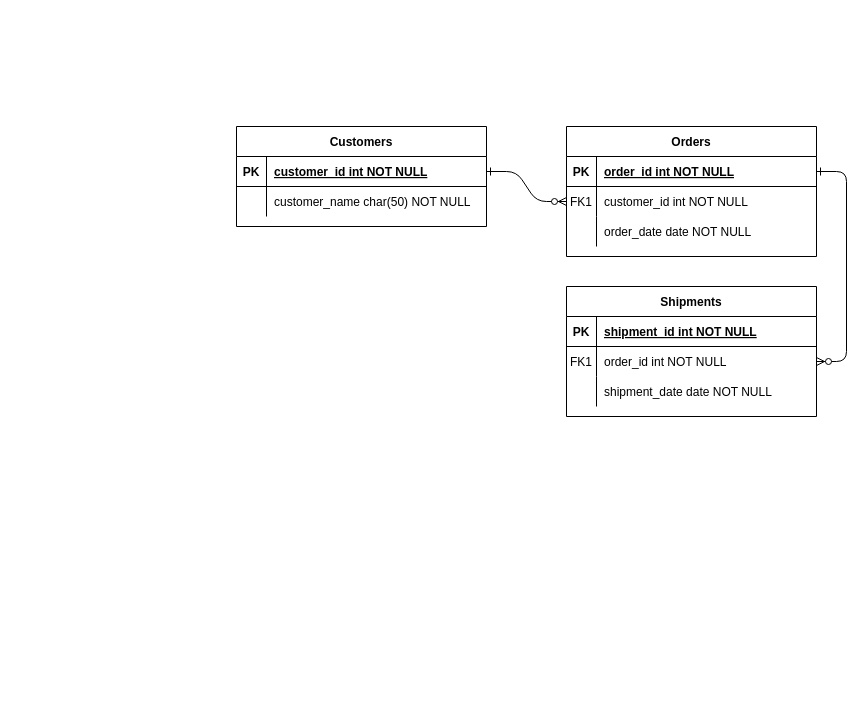
The draw.io diagram Untitled Diagram.drawio in sakams/CoTerminal, before the edit. Source tidied: cells renumbered, new cells numbered last; positions are measured from the earlier drawing's top-left corner, leaving out a move shared by most shapes. Both pictures are drawn from the tidied source at 100%, with x=0, y=0 at pixel (236, 126).
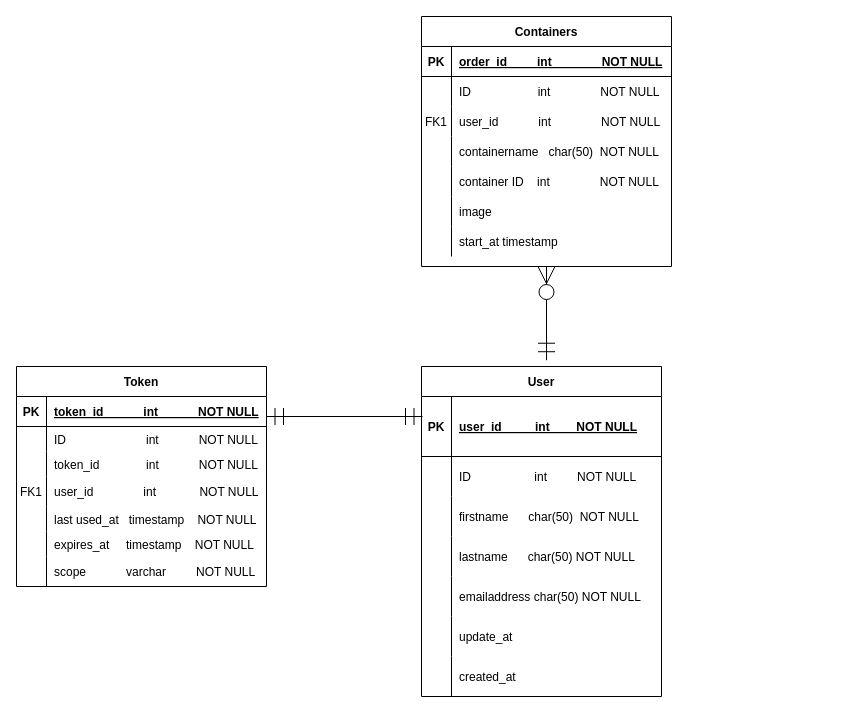
The same diagram, later.

Commit message:
CoTerminal - ER Diagram

Unchanged cells that the change refers to:
```xml
<mxCell id="5" style="shape=partialRectangle;fillColor=none;points=[[0,0.5],[1,0.5]];portConstraint=eastwest;top=0;left=0;right=0;bottom=1;" parent="4" vertex="1">
  <mxGeometry y="30" width="250" height="30" as="geometry" />
</mxCell>
<mxCell id="15" style="shape=partialRectangle;fillColor=none;top=0;left=0;right=0;bottom=1;" parent="14" vertex="1">
  <mxGeometry y="30" width="250" height="30" as="geometry" />
</mxCell>
```

What changed in the source:
```diff
@@
-    <mxCell id="2" style="edgeStyle=entityRelationEdgeStyle;endArrow=ERzeroToMany;startArrow=ERone;endFill=1;startFill=0;" parent="1" edge="1" source="25" target="8">
-      <mxGeometry relative="1" as="geometry" />
-    </mxCell>
-    <mxCell id="3" style="edgeStyle=entityRelationEdgeStyle;endArrow=ERzeroToMany;startArrow=ERone;endFill=1;startFill=0;" parent="1" edge="1" source="5" target="18">
-      <mxGeometry relative="1" as="geometry" />
-    </mxCell>
+    <mxCell id="31" style="fontSize=12;html=1;endArrow=ERzeroToMany;startArrow=ERmandOne;exitX=0.521;exitY=-0.019;exitDx=0;exitDy=0;exitPerimeter=0;entryX=0.5;entryY=1;entryDx=0;entryDy=0;startSize=15;endSize=15;" parent="1" edge="1" source="24" target="4">
+      <mxGeometry relative="1" as="geometry" />
+    </mxCell>
+    <mxCell id="24" value="User" style="shape=table;startSize=30;childLayout=tableLayout;rowLines=0;fontStyle=1;align=center;" parent="1" vertex="1">
+      <mxGeometry x="185" y="240" width="240" height="330" as="geometry" />
+    </mxCell>
+    <mxCell id="25" style="shape=partialRectangle;fillColor=none;points=[[0,0.5],[1,0.5]];portConstraint=eastwest;top=0;left=0;right=0;bottom=1;" parent="24" vertex="1">
+      <mxGeometry y="30" width="240" height="60" as="geometry" />
+    </mxCell>
+    <mxCell id="26" value="PK" style="shape=partialRectangle;overflow=hidden;fillColor=none;top=0;left=0;bottom=0;right=0;fontStyle=1;" parent="25" vertex="1">
+      <mxGeometry width="30" height="60" as="geometry" />
+    </mxCell>
+    <mxCell id="27" value="user_id          int        NOT NULL " style="shape=partialRectangle;overflow=hidden;fillColor=none;top=0;left=0;bottom=0;right=0;align=left;spacingLeft=6;fontStyle=5;" parent="25" vertex="1">
+      <mxGeometry x="30" width="210" height="60" as="geometry" />
+    </mxCell>
+    <mxCell id="32" style="shape=partialRectangle;fillColor=none;top=0;left=0;right=0;bottom=0;" parent="24" vertex="1">
+      <mxGeometry y="90" width="240" height="40" as="geometry" />
+    </mxCell>
+    <mxCell id="33" style="shape=partialRectangle;overflow=hidden;fillColor=none;top=0;left=0;bottom=0;right=0;" parent="32" vertex="1">
+      <mxGeometry width="30" height="40" as="geometry" />
+    </mxCell>
+    <mxCell id="34" value="ID                   int         NOT NULL" style="shape=partialRectangle;overflow=hidden;fillColor=none;top=0;left=0;bottom=0;right=0;align=left;spacingLeft=6;" parent="32" vertex="1">
+      <mxGeometry x="30" width="210" height="40" as="geometry" />
+    </mxCell>
+    <mxCell id="28" style="shape=partialRectangle;fillColor=none;top=0;left=0;right=0;bottom=0;" parent="24" vertex="1">
+      <mxGeometry y="130" width="240" height="40" as="geometry" />
+    </mxCell>
+    <mxCell id="29" style="shape=partialRectangle;overflow=hidden;fillColor=none;top=0;left=0;bottom=0;right=0;" parent="28" vertex="1">
+      <mxGeometry width="30" height="40" as="geometry" />
+    </mxCell>
+    <mxCell id="30" value="firstname      char(50)  NOT NULL" style="shape=partialRectangle;overflow=hidden;fillColor=none;top=0;left=0;bottom=0;right=0;align=left;spacingLeft=6;" parent="28" vertex="1">
+      <mxGeometry x="30" width="210" height="40" as="geometry" />
+    </mxCell>
+    <mxCell id="35" style="shape=partialRectangle;fillColor=none;top=0;left=0;right=0;bottom=0;" parent="24" vertex="1">
+      <mxGeometry y="170" width="240" height="40" as="geometry" />
+    </mxCell>
+    <mxCell id="36" style="shape=partialRectangle;overflow=hidden;fillColor=none;top=0;left=0;bottom=0;right=0;" parent="35" vertex="1">
+      <mxGeometry width="30" height="40" as="geometry" />
+    </mxCell>
+    <mxCell id="37" value="lastname      char(50) NOT NULL" style="shape=partialRectangle;overflow=hidden;fillColor=none;top=0;left=0;bottom=0;right=0;align=left;spacingLeft=6;" parent="35" vertex="1">
+      <mxGeometry x="30" width="210" height="40" as="geometry" />
+    </mxCell>
+    <mxCell id="38" style="shape=partialRectangle;fillColor=none;top=0;left=0;right=0;bottom=0;" parent="24" vertex="1">
+      <mxGeometry y="210" width="240" height="40" as="geometry" />
+    </mxCell>
+    <mxCell id="39" style="shape=partialRectangle;overflow=hidden;fillColor=none;top=0;left=0;bottom=0;right=0;" parent="38" vertex="1">
+      <mxGeometry width="30" height="40" as="geometry" />
+    </mxCell>
+    <mxCell id="40" value="emailaddress char(50) NOT NULL" style="shape=partialRectangle;overflow=hidden;fillColor=none;top=0;left=0;bottom=0;right=0;align=left;spacingLeft=6;" parent="38" vertex="1">
+      <mxGeometry x="30" width="210" height="40" as="geometry" />
+    </mxCell>
+    <mxCell id="41" style="shape=partialRectangle;fillColor=none;top=0;left=0;right=0;bottom=0;" parent="24" vertex="1">
+      <mxGeometry y="250" width="240" height="40" as="geometry" />
+    </mxCell>
+    <mxCell id="42" style="shape=partialRectangle;overflow=hidden;fillColor=none;top=0;left=0;bottom=0;right=0;" parent="41" vertex="1">
+      <mxGeometry width="30" height="40" as="geometry" />
+    </mxCell>
+    <mxCell id="43" value="update_at" style="shape=partialRectangle;overflow=hidden;fillColor=none;top=0;left=0;bottom=0;right=0;align=left;spacingLeft=6;" parent="41" vertex="1">
+      <mxGeometry x="30" width="210" height="40" as="geometry" />
+    </mxCell>
+    <mxCell id="44" style="shape=partialRectangle;fillColor=none;top=0;left=0;right=0;bottom=0;" parent="24" vertex="1">
+      <mxGeometry y="290" width="240" height="40" as="geometry" />
+    </mxCell>
+    <mxCell id="45" style="shape=partialRectangle;overflow=hidden;fillColor=none;top=0;left=0;bottom=0;right=0;" parent="44" vertex="1">
+      <mxGeometry width="30" height="40" as="geometry" />
+    </mxCell>
+    <mxCell id="46" value="created_at" style="shape=partialRectangle;overflow=hidden;fillColor=none;top=0;left=0;bottom=0;right=0;align=left;spacingLeft=6;" parent="44" vertex="1">
+      <mxGeometry x="30" width="210" height="40" as="geometry" />
+    </mxCell>
+    <mxCell id="47" style="fontSize=12;html=1;endArrow=ERmandOne;startArrow=ERmandOne;strokeColor=#000000;startSize=15;endSize=15;" parent="1" edge="1">
+      <mxGeometry relative="1" as="geometry">
+        <mxPoint x="30" y="290" as="sourcePoint" />
+        <mxPoint x="186" y="290" as="targetPoint" />
+      </mxGeometry>
+    </mxCell>
-    <mxCell id="4" value="Orders" style="shape=table;startSize=30;childLayout=tableLayout;rowLines=0;fontStyle=1;align=center;" parent="1" vertex="1">
-      <mxGeometry x="330" width="250" height="130" as="geometry" />
+    <mxCell id="4" value="Containers" style="shape=table;startSize=30;childLayout=tableLayout;rowLines=0;fontStyle=1;align=center;" parent="1" vertex="1">
+      <mxGeometry x="185" y="-110" width="250" height="250" as="geometry" />
     </mxCell>
@@
-    <mxCell id="7" value="order_id int NOT NULL " style="shape=partialRectangle;overflow=hidden;fillColor=none;top=0;left=0;bottom=0;right=0;align=left;spacingLeft=6;fontStyle=5;" parent="5" vertex="1">
+    <mxCell id="7" value="order_id         int               NOT NULL " style="shape=partialRectangle;overflow=hidden;fillColor=none;top=0;left=0;bottom=0;right=0;align=left;spacingLeft=6;fontStyle=5;" parent="5" vertex="1">
       <mxGeometry x="30" width="220" height="30" as="geometry" />
     </mxCell>
+    <mxCell id="48" style="shape=partialRectangle;fillColor=none;top=0;left=0;right=0;bottom=0;" parent="4" vertex="1">
+      <mxGeometry y="60" width="250" height="30" as="geometry" />
+    </mxCell>
+    <mxCell id="49" style="shape=partialRectangle;overflow=hidden;fillColor=none;top=0;left=0;bottom=0;right=0;" parent="48" vertex="1">
+      <mxGeometry width="30" height="30" as="geometry" />
+    </mxCell>
+    <mxCell id="50" value="ID                    int               NOT NULL" style="shape=partialRectangle;overflow=hidden;fillColor=none;top=0;left=0;bottom=0;right=0;align=left;spacingLeft=6;" parent="48" vertex="1">
+      <mxGeometry x="30" width="220" height="30" as="geometry" />
+    </mxCell>
     <mxCell id="8" style="shape=partialRectangle;fillColor=none;points=[[0,0.5],[1,0.5]];portConstraint=eastwest;top=0;left=0;right=0;bottom=0;" parent="4" vertex="1">
-      <mxGeometry y="60" width="250" height="30" as="geometry" />
+      <mxGeometry y="90" width="250" height="30" as="geometry" />
     </mxCell>
@@
-    <mxCell id="10" value="customer_id int NOT NULL" style="shape=partialRectangle;overflow=hidden;fillColor=none;top=0;left=0;bottom=0;right=0;align=left;spacingLeft=6;" parent="8" vertex="1">
+    <mxCell id="10" value="user_id            int               NOT NULL" style="shape=partialRectangle;overflow=hidden;fillColor=none;top=0;left=0;bottom=0;right=0;align=left;spacingLeft=6;" parent="8" vertex="1">
       <mxGeometry x="30" width="220" height="30" as="geometry" />
     </mxCell>
     <mxCell id="11" style="shape=partialRectangle;fillColor=none;top=0;left=0;right=0;bottom=0;" parent="4" vertex="1">
-      <mxGeometry y="90" width="250" height="30" as="geometry" />
+      <mxGeometry y="120" width="250" height="30" as="geometry" />
     </mxCell>
@@
-    <mxCell id="13" value="order_date date NOT NULL" style="shape=partialRectangle;overflow=hidden;fillColor=none;top=0;left=0;bottom=0;right=0;align=left;spacingLeft=6;" parent="11" vertex="1">
+    <mxCell id="13" value="containername   char(50)  NOT NULL" style="shape=partialRectangle;overflow=hidden;fillColor=none;top=0;left=0;bottom=0;right=0;align=left;spacingLeft=6;" parent="11" vertex="1">
       <mxGeometry x="30" width="220" height="30" as="geometry" />
     </mxCell>
+    <mxCell id="51" style="shape=partialRectangle;fillColor=none;top=0;left=0;right=0;bottom=0;" parent="4" vertex="1">
+      <mxGeometry y="150" width="250" height="30" as="geometry" />
+    </mxCell>
+    <mxCell id="52" style="shape=partialRectangle;overflow=hidden;fillColor=none;top=0;left=0;bottom=0;right=0;" parent="51" vertex="1">
+      <mxGeometry width="30" height="30" as="geometry" />
+    </mxCell>
+    <mxCell id="53" value="container ID    int               NOT NULL" style="shape=partialRectangle;overflow=hidden;fillColor=none;top=0;left=0;bottom=0;right=0;align=left;spacingLeft=6;" parent="51" vertex="1">
+      <mxGeometry x="30" width="220" height="30" as="geometry" />
+    </mxCell>
+    <mxCell id="54" style="shape=partialRectangle;fillColor=none;top=0;left=0;right=0;bottom=0;" parent="4" vertex="1">
+      <mxGeometry y="180" width="250" height="30" as="geometry" />
+    </mxCell>
+    <mxCell id="55" style="shape=partialRectangle;overflow=hidden;fillColor=none;top=0;left=0;bottom=0;right=0;" parent="54" vertex="1">
+      <mxGeometry width="30" height="30" as="geometry" />
+    </mxCell>
+    <mxCell id="56" value="image" style="shape=partialRectangle;overflow=hidden;fillColor=none;top=0;left=0;bottom=0;right=0;align=left;spacingLeft=6;" parent="54" vertex="1">
+      <mxGeometry x="30" width="220" height="30" as="geometry" />
+    </mxCell>
+    <mxCell id="57" style="shape=partialRectangle;fillColor=none;top=0;left=0;right=0;bottom=0;" parent="4" vertex="1">
+      <mxGeometry y="210" width="250" height="30" as="geometry" />
+    </mxCell>
+    <mxCell id="58" style="shape=partialRectangle;overflow=hidden;fillColor=none;top=0;left=0;bottom=0;right=0;" parent="57" vertex="1">
+      <mxGeometry width="30" height="30" as="geometry" />
+    </mxCell>
+    <mxCell id="59" value="start_at timestamp" style="shape=partialRectangle;overflow=hidden;fillColor=none;top=0;left=0;bottom=0;right=0;align=left;spacingLeft=6;" parent="57" vertex="1">
+      <mxGeometry x="30" width="220" height="30" as="geometry" />
+    </mxCell>
-    <mxCell id="14" value="Shipments" style="shape=table;startSize=30;childLayout=tableLayout;rowLines=0;fontStyle=1;align=center;" parent="1" vertex="1">
-      <mxGeometry x="330" y="160" width="250" height="130" as="geometry" />
+    <mxCell id="14" value="Token" style="shape=table;startSize=30;childLayout=tableLayout;rowLines=0;fontStyle=1;align=center;" parent="1" vertex="1">
+      <mxGeometry x="-220" y="240" width="250" height="220" as="geometry" />
     </mxCell>
@@
-    <mxCell id="17" value="shipment_id int NOT NULL " style="shape=partialRectangle;overflow=hidden;fillColor=none;top=0;left=0;bottom=0;right=0;align=left;spacingLeft=6;fontStyle=5;" parent="15" vertex="1">
+    <mxCell id="17" value="token_id            int            NOT NULL " style="shape=partialRectangle;overflow=hidden;fillColor=none;top=0;left=0;bottom=0;right=0;align=left;spacingLeft=6;fontStyle=5;" parent="15" vertex="1">
       <mxGeometry x="30" width="220" height="30" as="geometry" />
     </mxCell>
+    <mxCell id="21" style="shape=partialRectangle;fillColor=none;top=0;left=0;right=0;bottom=0;" parent="14" vertex="1">
+      <mxGeometry y="60" width="250" height="25" as="geometry" />
+    </mxCell>
+    <mxCell id="22" style="shape=partialRectangle;overflow=hidden;fillColor=none;top=0;left=0;bottom=0;right=0;" parent="21" vertex="1">
+      <mxGeometry width="30" height="25" as="geometry" />
+    </mxCell>
+    <mxCell id="23" value="ID                        int            NOT NULL" style="shape=partialRectangle;overflow=hidden;fillColor=none;top=0;left=0;bottom=0;right=0;align=left;spacingLeft=6;" parent="21" vertex="1">
+      <mxGeometry x="30" width="220" height="25" as="geometry" />
+    </mxCell>
+    <mxCell id="60" style="shape=partialRectangle;fillColor=none;top=0;left=0;right=0;bottom=0;" parent="14" vertex="1">
+      <mxGeometry y="85" width="250" height="25" as="geometry" />
+    </mxCell>
+    <mxCell id="61" style="shape=partialRectangle;overflow=hidden;fillColor=none;top=0;left=0;bottom=0;right=0;" parent="60" vertex="1">
+      <mxGeometry width="30" height="25" as="geometry" />
+    </mxCell>
+    <mxCell id="62" value="token_id              int            NOT NULL" style="shape=partialRectangle;overflow=hidden;fillColor=none;top=0;left=0;bottom=0;right=0;align=left;spacingLeft=6;" parent="60" vertex="1">
+      <mxGeometry x="30" width="220" height="25" as="geometry" />
+    </mxCell>
     <mxCell id="18" style="shape=partialRectangle;fillColor=none;points=[[0,0.5],[1,0.5]];portConstraint=eastwest;top=0;left=0;right=0;bottom=0;" parent="14" vertex="1">
-      <mxGeometry y="60" width="250" height="30" as="geometry" />
+      <mxGeometry y="110" width="250" height="30" as="geometry" />
     </mxCell>
@@
-    <mxCell id="20" value="order_id int NOT NULL" style="shape=partialRectangle;overflow=hidden;fillColor=none;top=0;left=0;bottom=0;right=0;align=left;spacingLeft=6;" parent="18" vertex="1">
+    <mxCell id="20" value="user_id               int             NOT NULL" style="shape=partialRectangle;overflow=hidden;fillColor=none;top=0;left=0;bottom=0;right=0;align=left;spacingLeft=6;" parent="18" vertex="1">
       <mxGeometry x="30" width="220" height="30" as="geometry" />
     </mxCell>
-    <mxCell id="21" style="shape=partialRectangle;fillColor=none;top=0;left=0;right=0;bottom=0;" parent="14" vertex="1">
-      <mxGeometry y="90" width="250" height="30" as="geometry" />
-    </mxCell>
-    <mxCell id="22" style="shape=partialRectangle;overflow=hidden;fillColor=none;top=0;left=0;bottom=0;right=0;" parent="21" vertex="1">
-      <mxGeometry width="30" height="30" as="geometry" />
-    </mxCell>
-    <mxCell id="23" value="shipment_date date NOT NULL" style="shape=partialRectangle;overflow=hidden;fillColor=none;top=0;left=0;bottom=0;right=0;align=left;spacingLeft=6;" parent="21" vertex="1">
-      <mxGeometry x="30" width="220" height="30" as="geometry" />
-    </mxCell>
-    <mxCell id="24" value="Customers" style="shape=table;startSize=30;childLayout=tableLayout;rowLines=0;fontStyle=1;align=center;" parent="1" vertex="1">
-      <mxGeometry width="250" height="100" as="geometry" />
-    </mxCell>
-    <mxCell id="25" style="shape=partialRectangle;fillColor=none;points=[[0,0.5],[1,0.5]];portConstraint=eastwest;top=0;left=0;right=0;bottom=1;" parent="24" vertex="1">
-      <mxGeometry y="30" width="250" height="30" as="geometry" />
-    </mxCell>
-    <mxCell id="26" value="PK" style="shape=partialRectangle;overflow=hidden;fillColor=none;top=0;left=0;bottom=0;right=0;fontStyle=1;" parent="25" vertex="1">
-      <mxGeometry width="30" height="30" as="geometry" />
-    </mxCell>
-    <mxCell id="27" value="customer_id int NOT NULL " style="shape=partialRectangle;overflow=hidden;fillColor=none;top=0;left=0;bottom=0;right=0;align=left;spacingLeft=6;fontStyle=5;" parent="25" vertex="1">
-      <mxGeometry x="30" width="220" height="30" as="geometry" />
-    </mxCell>
-    <mxCell id="28" style="shape=partialRectangle;fillColor=none;top=0;left=0;right=0;bottom=0;" parent="24" vertex="1">
-      <mxGeometry y="60" width="250" height="30" as="geometry" />
-    </mxCell>
-    <mxCell id="29" style="shape=partialRectangle;overflow=hidden;fillColor=none;top=0;left=0;bottom=0;right=0;" parent="28" vertex="1">
-      <mxGeometry width="30" height="30" as="geometry" />
-    </mxCell>
-    <mxCell id="30" value="customer_name char(50) NOT NULL" style="shape=partialRectangle;overflow=hidden;fillColor=none;top=0;left=0;bottom=0;right=0;align=left;spacingLeft=6;" parent="28" vertex="1">
-      <mxGeometry x="30" width="220" height="30" as="geometry" />
-    </mxCell>
+    <mxCell id="63" style="shape=partialRectangle;fillColor=none;top=0;left=0;right=0;bottom=0;" parent="14" vertex="1">
+      <mxGeometry y="140" width="250" height="25" as="geometry" />
+    </mxCell>
+    <mxCell id="64" style="shape=partialRectangle;overflow=hidden;fillColor=none;top=0;left=0;bottom=0;right=0;" parent="63" vertex="1">
+      <mxGeometry width="30" height="25" as="geometry" />
+    </mxCell>
+    <mxCell id="65" value="last used_at   timestamp    NOT NULL" style="shape=partialRectangle;overflow=hidden;fillColor=none;top=0;left=0;bottom=0;right=0;align=left;spacingLeft=6;" parent="63" vertex="1">
+      <mxGeometry x="30" width="220" height="25" as="geometry" />
+    </mxCell>
+    <mxCell id="66" style="shape=partialRectangle;fillColor=none;top=0;left=0;right=0;bottom=0;" parent="14" vertex="1">
+      <mxGeometry y="165" width="250" height="25" as="geometry" />
+    </mxCell>
+    <mxCell id="67" style="shape=partialRectangle;overflow=hidden;fillColor=none;top=0;left=0;bottom=0;right=0;" parent="66" vertex="1">
+      <mxGeometry width="30" height="25" as="geometry" />
+    </mxCell>
+    <mxCell id="68" value="expires_at     timestamp    NOT NULL" style="shape=partialRectangle;overflow=hidden;fillColor=none;top=0;left=0;bottom=0;right=0;align=left;spacingLeft=6;" parent="66" vertex="1">
+      <mxGeometry x="30" width="220" height="25" as="geometry" />
+    </mxCell>
+    <mxCell id="69" style="shape=partialRectangle;fillColor=none;top=0;left=0;right=0;bottom=0;" parent="14" vertex="1">
+      <mxGeometry y="190" width="250" height="30" as="geometry" />
+    </mxCell>
+    <mxCell id="70" style="shape=partialRectangle;overflow=hidden;fillColor=none;top=0;left=0;bottom=0;right=0;" parent="69" vertex="1">
+      <mxGeometry width="30" height="30" as="geometry" />
+    </mxCell>
+    <mxCell id="71" value="scope            varchar         NOT NULL" style="shape=partialRectangle;overflow=hidden;fillColor=none;top=0;left=0;bottom=0;right=0;align=left;spacingLeft=6;" parent="69" vertex="1">
+      <mxGeometry x="30" width="220" height="30" as="geometry" />
+    </mxCell>
```
